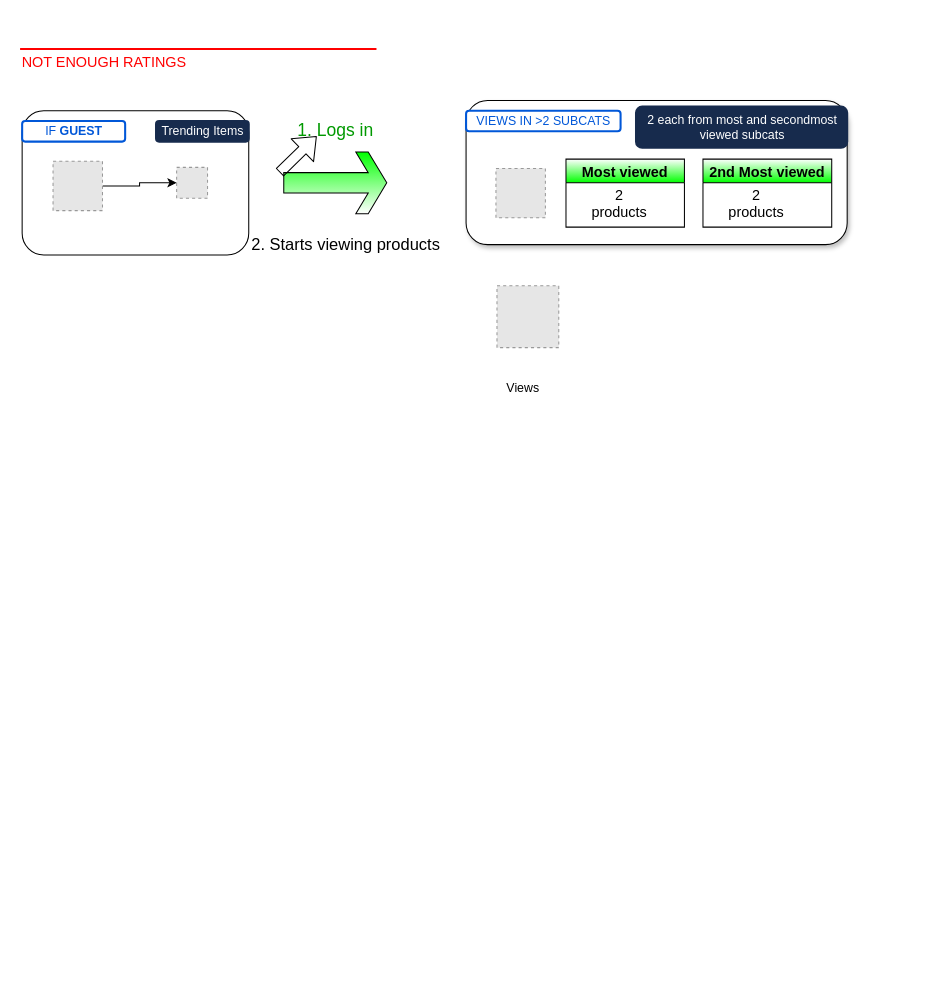
Before: page "Views and Wishlist" (2 of 2) of diagrams.drawio in praash47/eshop, a draw.io diagram. Source tidied: cells renumbered, new cells numbered last; positions are measured from the earlier drawing's top-left corner, leaving out a move shared by most shapes. Both pictures are drawn from the tidied source at 103%, with x=0, y=0 at pixel (20, 18). Pictures stored in the file or linked from it are replaced by grey dashed boxes.
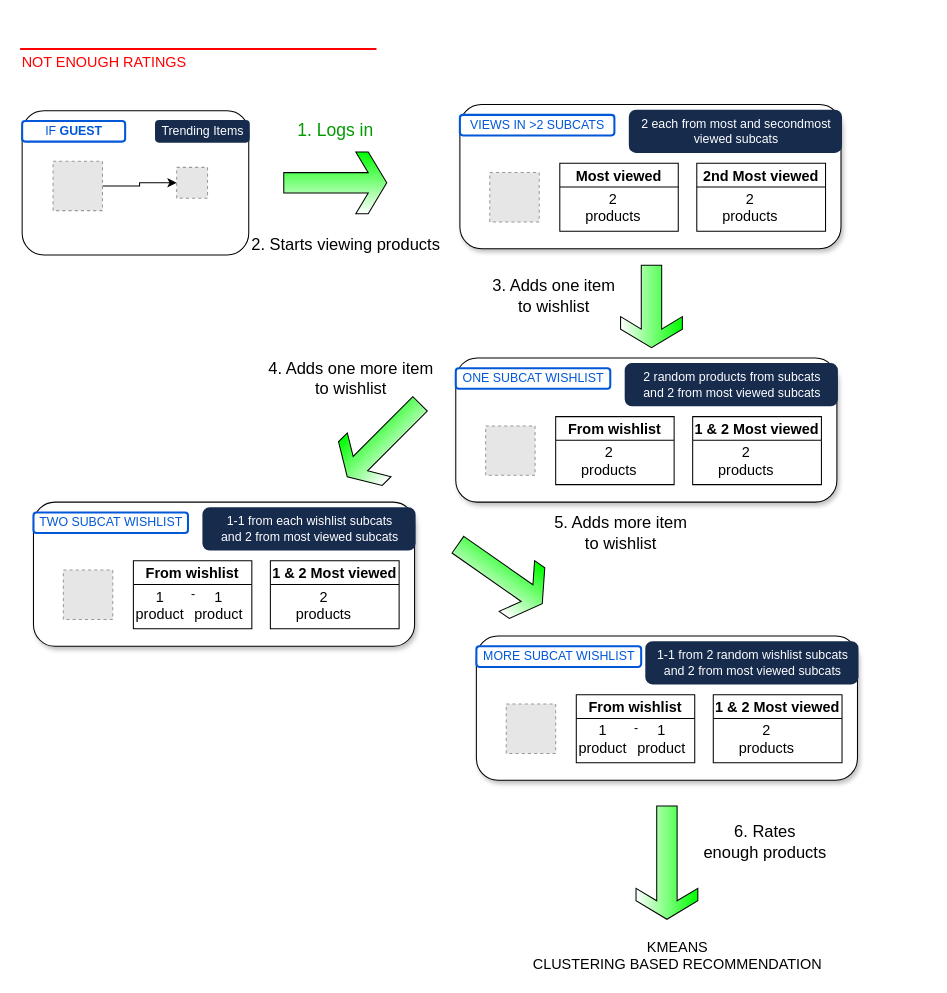
The same page after the edit.

Commit message:
Completed Views and Wishlist diagrams

Unchanged cells that the change refers to:
```xml
<mxCell id="14" style="group;" parent="1" vertex="1">
  <mxGeometry x="433" y="80" width="450" height="140" as="geometry" />
</mxCell>
```

Diff of the diagram source:
```diff
@@
-    <mxCell id="2" style="fillColor=#E6E6E6;strokeColor=#999999;dashed=1;html=1;verticalAlign=top;verticalLabelPosition=bottom;labelBackgroundColor=#ffffff;" parent="1" vertex="1">
-      <mxGeometry x="463" y="260" width="60" height="60" as="geometry" />
-    </mxCell>
-    <mxCell id="3" value="Views" style="text;html=1;align=center;verticalAlign=middle;strokeColor=none;" parent="1" vertex="1">
-      <mxGeometry x="463" y="350" width="50" height="20" as="geometry" />
-    </mxCell>
@@
+    <mxCell id="27" style="group;" parent="14" vertex="1">
+      <mxGeometry x="-6" y="4" width="370" height="140" as="geometry" />
+    </mxCell>
-    <mxCell id="15" style="rounded=1;whiteSpace=wrap;html=1;shadow=1;" parent="14" vertex="1">
+    <mxCell id="15" style="rounded=1;whiteSpace=wrap;html=1;shadow=1;" parent="27" vertex="1">
       <mxGeometry width="370" height="140" as="geometry" />
     </mxCell>
-    <mxCell id="16" style="fillColor=#E6E6E6;strokeColor=#999999;dashed=1;html=1;verticalAlign=top;verticalLabelPosition=bottom;labelBackgroundColor=#ffffff;" parent="14" vertex="1">
+    <mxCell id="16" style="fillColor=#E6E6E6;strokeColor=#999999;dashed=1;html=1;verticalAlign=top;verticalLabelPosition=bottom;labelBackgroundColor=#ffffff;" parent="27" vertex="1">
       <mxGeometry x="29" y="66" width="48" height="48" as="geometry" />
     </mxCell>
-    <mxCell id="17" value="2 each from most and secondmost&lt;br&gt;viewed subcats" style="dashed=0;html=1;rounded=1;fillColor=#172B4D;strokeColor=#172B4D;fontSize=12;align=center;fontStyle=0;strokeWidth=2;fontColor=#ffffff;" parent="14" vertex="1">
+    <mxCell id="17" value="2 each from most and secondmost&lt;br&gt;viewed subcats" style="dashed=0;html=1;rounded=1;fillColor=#172B4D;strokeColor=#172B4D;fontSize=12;align=center;fontStyle=0;strokeWidth=2;fontColor=#ffffff;" parent="27" vertex="1">
       <mxGeometry x="165" y="6" width="205" height="40" as="geometry" />
     </mxCell>
-    <mxCell id="18" value="&lt;span style=&quot;font-weight: normal&quot;&gt;VIEWS IN &amp;gt;2 SUBCATS&lt;/span&gt;" style="dashed=0;html=1;rounded=1;strokeColor=#0057D8;fontSize=12;align=center;fontStyle=1;strokeWidth=2;fontColor=#0057D8;" parent="14" vertex="1">
+    <mxCell id="18" value="&lt;span style=&quot;font-weight: normal&quot;&gt;VIEWS IN &amp;gt;2 SUBCATS&lt;/span&gt;" style="dashed=0;html=1;rounded=1;strokeColor=#0057D8;fontSize=12;align=center;fontStyle=1;strokeWidth=2;fontColor=#0057D8;" parent="27" vertex="1">
       <mxGeometry y="10" width="150" height="20" as="geometry" />
     </mxCell>
-    <mxCell id="19" value="Most viewed" style="swimlane;shadow=0;sketch=0;fontSize=14;gradientColor=#00FF00;" parent="14" vertex="1">
+    <mxCell id="19" value="Most viewed" style="swimlane;shadow=0;sketch=0;fontSize=14;" parent="27" vertex="1">
       <mxGeometry x="97" y="57" width="115" height="66" as="geometry" />
     </mxCell>
@@
-    <mxCell id="21" value="2nd Most viewed" style="swimlane;shadow=0;sketch=0;fontSize=14;gradientColor=#00FF00;" parent="14" vertex="1">
+    <mxCell id="21" value="2nd Most viewed" style="swimlane;shadow=0;sketch=0;fontSize=14;" parent="27" vertex="1">
       <mxGeometry x="230" y="57" width="125" height="66" as="geometry" />
     </mxCell>
@@
+    <mxCell id="28" style="group;" parent="14" vertex="1">
+      <mxGeometry x="-10" y="250" width="370" height="140" as="geometry" />
+    </mxCell>
+    <mxCell id="29" style="rounded=1;whiteSpace=wrap;html=1;shadow=1;" parent="28" vertex="1">
+      <mxGeometry width="370" height="140" as="geometry" />
+    </mxCell>
+    <mxCell id="30" style="fillColor=#E6E6E6;strokeColor=#999999;dashed=1;html=1;verticalAlign=top;verticalLabelPosition=bottom;labelBackgroundColor=#ffffff;" parent="28" vertex="1">
+      <mxGeometry x="29" y="66" width="48" height="48" as="geometry" />
+    </mxCell>
+    <mxCell id="31" value="2 random products from&amp;nbsp;subcats &lt;br&gt;and 2 from most viewed subcats" style="dashed=0;html=1;rounded=1;fillColor=#172B4D;strokeColor=#172B4D;fontSize=12;align=center;fontStyle=0;strokeWidth=2;fontColor=#ffffff;" parent="28" vertex="1">
+      <mxGeometry x="165" y="6" width="205" height="40" as="geometry" />
+    </mxCell>
+    <mxCell id="32" value="&lt;span style=&quot;font-weight: normal&quot;&gt;ONE SUBCAT WISHLIST&lt;/span&gt;" style="dashed=0;html=1;rounded=1;strokeColor=#0057D8;fontSize=12;align=center;fontStyle=1;strokeWidth=2;fontColor=#0057D8;" parent="28" vertex="1">
+      <mxGeometry y="10" width="150" height="20" as="geometry" />
+    </mxCell>
+    <mxCell id="33" value="From wishlist" style="swimlane;shadow=0;sketch=0;fontSize=14;" parent="28" vertex="1">
+      <mxGeometry x="97" y="57" width="115" height="66" as="geometry" />
+    </mxCell>
+    <mxCell id="34" value="2 products" style="text;html=1;strokeColor=none;fillColor=none;align=center;verticalAlign=middle;whiteSpace=wrap;rounded=0;shadow=0;sketch=0;fontSize=14;" parent="33" vertex="1">
+      <mxGeometry x="26" y="33" width="52" height="20" as="geometry" />
+    </mxCell>
+    <mxCell id="35" value="1 &amp; 2 Most viewed" style="swimlane;shadow=0;sketch=0;fontSize=14;" parent="28" vertex="1">
+      <mxGeometry x="230" y="57" width="125" height="66" as="geometry" />
+    </mxCell>
+    <mxCell id="36" value="2 products" style="text;html=1;strokeColor=none;fillColor=none;align=center;verticalAlign=middle;whiteSpace=wrap;rounded=0;shadow=0;sketch=0;fontSize=14;" parent="35" vertex="1">
+      <mxGeometry x="26" y="33" width="52" height="20" as="geometry" />
+    </mxCell>
@@
-    <mxCell id="26" style="shape=flexArrow;endArrow=classic;html=1;fontSize=14;" parent="1" edge="1">
-      <mxGeometry relative="1" as="geometry">
-        <mxPoint x="252" y="150" as="sourcePoint" />
-        <mxPoint x="288" y="114.7" as="targetPoint" />
-      </mxGeometry>
-    </mxCell>
+    <mxCell id="37" style="html=1;shadow=0;dashed=0;align=center;verticalAlign=middle;shape=mxgraph.arrows2.sharpArrow;dy1=0.67;dx1=18;dx2=18;notch=0;fontSize=14;sketch=0;gradientDirection=north;gradientColor=#00FF00;direction=south;" parent="1" vertex="1">
+      <mxGeometry x="583" y="240" width="60" height="80" as="geometry" />
+    </mxCell>
+    <mxCell id="38" value="&lt;font style=&quot;font-size: 16px&quot;&gt;3. Adds one item &lt;br&gt;to wishlist&lt;/font&gt;" style="text;html=1;align=center;verticalAlign=middle;strokeColor=none;fontSize=14;" parent="1" vertex="1">
+      <mxGeometry x="453" y="250" width="130" height="40" as="geometry" />
+    </mxCell>
+    <mxCell id="39" style="html=1;shadow=0;dashed=0;align=center;verticalAlign=middle;shape=mxgraph.arrows2.sharpArrow;dy1=0.67;dx1=18;dx2=18;notch=0;fontSize=14;sketch=0;gradientDirection=north;gradientColor=#00FF00;flipH=1;rotation=-45;" parent="1" vertex="1">
+      <mxGeometry x="303" y="380" width="100" height="60" as="geometry" />
+    </mxCell>
+    <mxCell id="40" value="&lt;font style=&quot;font-size: 16px&quot;&gt;4. Adds one more item&lt;br&gt;to wishlist&lt;br&gt;&lt;/font&gt;" style="text;html=1;align=center;verticalAlign=middle;strokeColor=none;fontSize=14;" parent="1" vertex="1">
+      <mxGeometry x="231" y="330" width="180" height="40" as="geometry" />
+    </mxCell>
+    <mxCell id="41" style="group;" parent="1" vertex="1">
+      <mxGeometry x="13" y="470" width="370" height="140" as="geometry" />
+    </mxCell>
+    <mxCell id="42" style="rounded=1;whiteSpace=wrap;html=1;shadow=1;" parent="41" vertex="1">
+      <mxGeometry width="370" height="140" as="geometry" />
+    </mxCell>
+    <mxCell id="43" style="group;" parent="41" vertex="1">
+      <mxGeometry y="6" width="370" height="117" as="geometry" />
+    </mxCell>
+    <mxCell id="44" style="fillColor=#E6E6E6;strokeColor=#999999;dashed=1;html=1;verticalAlign=top;verticalLabelPosition=bottom;labelBackgroundColor=#ffffff;" parent="43" vertex="1">
+      <mxGeometry x="29" y="60" width="48" height="48" as="geometry" />
+    </mxCell>
+    <mxCell id="45" value="1-1 from each wishlist subcats &lt;br&gt;and 2 from most viewed subcats" style="dashed=0;html=1;rounded=1;fillColor=#172B4D;strokeColor=#172B4D;fontSize=12;align=center;fontStyle=0;strokeWidth=2;fontColor=#ffffff;" parent="43" vertex="1">
+      <mxGeometry x="165" width="205" height="40" as="geometry" />
+    </mxCell>
+    <mxCell id="46" value="&lt;span style=&quot;font-weight: normal&quot;&gt;TWO SUBCAT WISHLIST&lt;/span&gt;" style="dashed=0;html=1;rounded=1;strokeColor=#0057D8;fontSize=12;align=center;fontStyle=1;strokeWidth=2;fontColor=#0057D8;" parent="43" vertex="1">
+      <mxGeometry y="4" width="150" height="20" as="geometry" />
+    </mxCell>
+    <mxCell id="47" value="From wishlist" style="swimlane;shadow=0;sketch=0;fontSize=14;" parent="43" vertex="1">
+      <mxGeometry x="97" y="51" width="115" height="66" as="geometry" />
+    </mxCell>
+    <mxCell id="48" value="1 product" style="text;html=1;strokeColor=none;fillColor=none;align=center;verticalAlign=middle;whiteSpace=wrap;rounded=0;shadow=0;sketch=0;fontSize=14;" parent="47" vertex="1">
+      <mxGeometry y="33" width="52" height="20" as="geometry" />
+    </mxCell>
+    <mxCell id="49" value="1 product" style="text;html=1;strokeColor=none;fillColor=none;align=center;verticalAlign=middle;whiteSpace=wrap;rounded=0;shadow=0;sketch=0;fontSize=14;" parent="47" vertex="1">
+      <mxGeometry x="57" y="33" width="52" height="20" as="geometry" />
+    </mxCell>
+    <mxCell id="50" value="-" style="text;html=1;align=center;verticalAlign=middle;strokeColor=none;" parent="47" vertex="1">
+      <mxGeometry x="47.5" y="23" width="20" height="20" as="geometry" />
+    </mxCell>
+    <mxCell id="51" value="1 &amp; 2 Most viewed" style="swimlane;shadow=0;sketch=0;fontSize=14;" parent="43" vertex="1">
+      <mxGeometry x="230" y="51" width="125" height="66" as="geometry" />
+    </mxCell>
+    <mxCell id="52" value="2 products" style="text;html=1;strokeColor=none;fillColor=none;align=center;verticalAlign=middle;whiteSpace=wrap;rounded=0;shadow=0;sketch=0;fontSize=14;" parent="51" vertex="1">
+      <mxGeometry x="26" y="33" width="52" height="20" as="geometry" />
+    </mxCell>
+    <mxCell id="53" style="html=1;shadow=0;dashed=0;align=center;verticalAlign=middle;shape=mxgraph.arrows2.sharpArrow;dy1=0.67;dx1=18;dx2=18;notch=0;fontSize=14;sketch=0;gradientDirection=north;gradientColor=#00FF00;flipH=0;rotation=35;flipV=0;" parent="1" vertex="1">
+      <mxGeometry x="416" y="510" width="100" height="60" as="geometry" />
+    </mxCell>
+    <mxCell id="54" value="&lt;font style=&quot;font-size: 16px&quot;&gt;5. Adds more item&lt;br&gt;to wishlist&lt;br&gt;&lt;/font&gt;" style="text;html=1;align=center;verticalAlign=middle;strokeColor=none;fontSize=14;" parent="1" vertex="1">
+      <mxGeometry x="513" y="480" width="140" height="40" as="geometry" />
+    </mxCell>
+    <mxCell id="55" style="group;" parent="1" vertex="1">
+      <mxGeometry x="443" y="600" width="370" height="140" as="geometry" />
+    </mxCell>
+    <mxCell id="56" style="rounded=1;whiteSpace=wrap;html=1;shadow=1;" parent="55" vertex="1">
+      <mxGeometry width="370" height="140" as="geometry" />
+    </mxCell>
+    <mxCell id="57" style="group;" parent="55" vertex="1">
+      <mxGeometry y="6" width="370" height="117" as="geometry" />
+    </mxCell>
+    <mxCell id="58" style="fillColor=#E6E6E6;strokeColor=#999999;dashed=1;html=1;verticalAlign=top;verticalLabelPosition=bottom;labelBackgroundColor=#ffffff;" parent="57" vertex="1">
+      <mxGeometry x="29" y="60" width="48" height="48" as="geometry" />
+    </mxCell>
+    <mxCell id="59" value="1-1 from 2 random wishlist subcats &lt;br&gt;and 2 from most viewed subcats" style="dashed=0;html=1;rounded=1;fillColor=#172B4D;strokeColor=#172B4D;fontSize=12;align=center;fontStyle=0;strokeWidth=2;fontColor=#ffffff;" parent="57" vertex="1">
+      <mxGeometry x="165" width="205" height="40" as="geometry" />
+    </mxCell>
+    <mxCell id="60" value="&lt;span style=&quot;font-weight: normal&quot;&gt;MORE SUBCAT WISHLIST&lt;/span&gt;" style="dashed=0;html=1;rounded=1;strokeColor=#0057D8;fontSize=12;align=center;fontStyle=1;strokeWidth=2;fontColor=#0057D8;" parent="57" vertex="1">
+      <mxGeometry y="4" width="160" height="20" as="geometry" />
+    </mxCell>
+    <mxCell id="61" value="From wishlist" style="swimlane;shadow=0;sketch=0;fontSize=14;" parent="57" vertex="1">
+      <mxGeometry x="97" y="51" width="115" height="66" as="geometry" />
+    </mxCell>
+    <mxCell id="62" value="1 product" style="text;html=1;strokeColor=none;fillColor=none;align=center;verticalAlign=middle;whiteSpace=wrap;rounded=0;shadow=0;sketch=0;fontSize=14;" parent="61" vertex="1">
+      <mxGeometry y="33" width="52" height="20" as="geometry" />
+    </mxCell>
+    <mxCell id="63" value="1 product" style="text;html=1;strokeColor=none;fillColor=none;align=center;verticalAlign=middle;whiteSpace=wrap;rounded=0;shadow=0;sketch=0;fontSize=14;" parent="61" vertex="1">
+      <mxGeometry x="57" y="33" width="52" height="20" as="geometry" />
+    </mxCell>
+    <mxCell id="64" value="-" style="text;html=1;align=center;verticalAlign=middle;strokeColor=none;" parent="61" vertex="1">
+      <mxGeometry x="47.5" y="23" width="20" height="20" as="geometry" />
+    </mxCell>
+    <mxCell id="65" value="1 &amp; 2 Most viewed" style="swimlane;shadow=0;sketch=0;fontSize=14;" parent="57" vertex="1">
+      <mxGeometry x="230" y="51" width="125" height="66" as="geometry" />
+    </mxCell>
+    <mxCell id="66" value="2 products" style="text;html=1;strokeColor=none;fillColor=none;align=center;verticalAlign=middle;whiteSpace=wrap;rounded=0;shadow=0;sketch=0;fontSize=14;" parent="65" vertex="1">
+      <mxGeometry x="26" y="33" width="52" height="20" as="geometry" />
+    </mxCell>
+    <mxCell id="67" style="html=1;shadow=0;dashed=0;align=center;verticalAlign=middle;shape=mxgraph.arrows2.sharpArrow;dy1=0.67;dx1=18;dx2=18;notch=0;fontSize=14;sketch=0;gradientDirection=north;gradientColor=#00FF00;flipH=0;rotation=90;flipV=0;" parent="1" vertex="1">
+      <mxGeometry x="573" y="790" width="110" height="60" as="geometry" />
+    </mxCell>
+    <mxCell id="68" value="&lt;font style=&quot;font-size: 16px&quot;&gt;6. Rates &lt;br&gt;enough products&lt;br&gt;&lt;/font&gt;" style="text;html=1;align=center;verticalAlign=middle;strokeColor=none;fontSize=14;" parent="1" vertex="1">
+      <mxGeometry x="658" y="780" width="130" height="40" as="geometry" />
+    </mxCell>
+    <mxCell id="69" value="KMEANS &lt;br&gt;CLUSTERING BASED RECOMMENDATION" style="text;html=1;align=center;verticalAlign=middle;strokeColor=none;fontSize=14;" parent="1" vertex="1">
+      <mxGeometry x="488" y="890" width="300" height="40" as="geometry" />
+    </mxCell>
```
